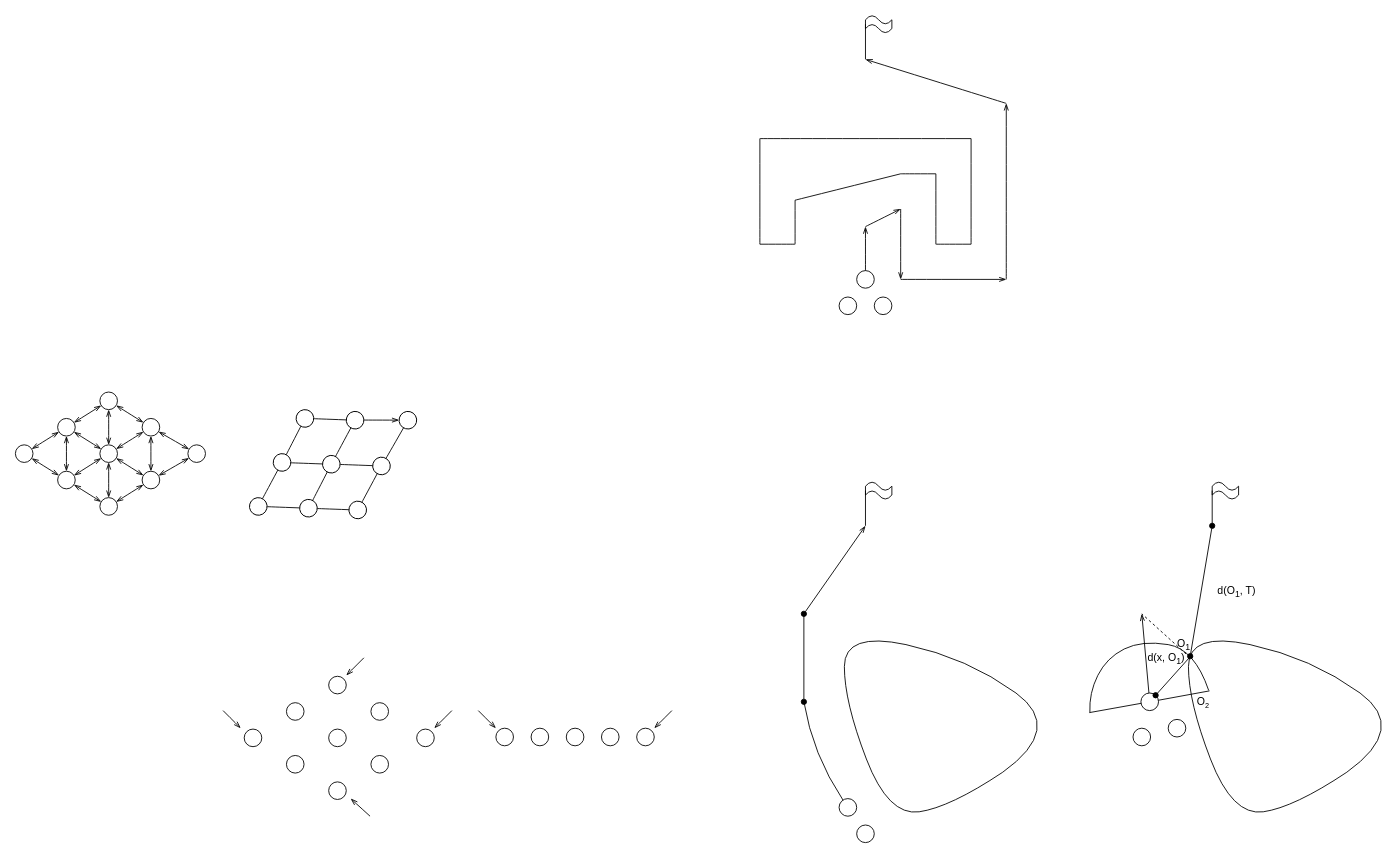
Above: images.drawio in siberfrost/swarm-control-system (draw.io), before the change. Source tidied: cells renumbered, new cells numbered last; positions are measured from the earlier drawing's top-left corner, leaving out a move shared by most shapes. Both pictures are drawn from the tidied source at 88%, with x=0, y=0 at pixel (15, 15).
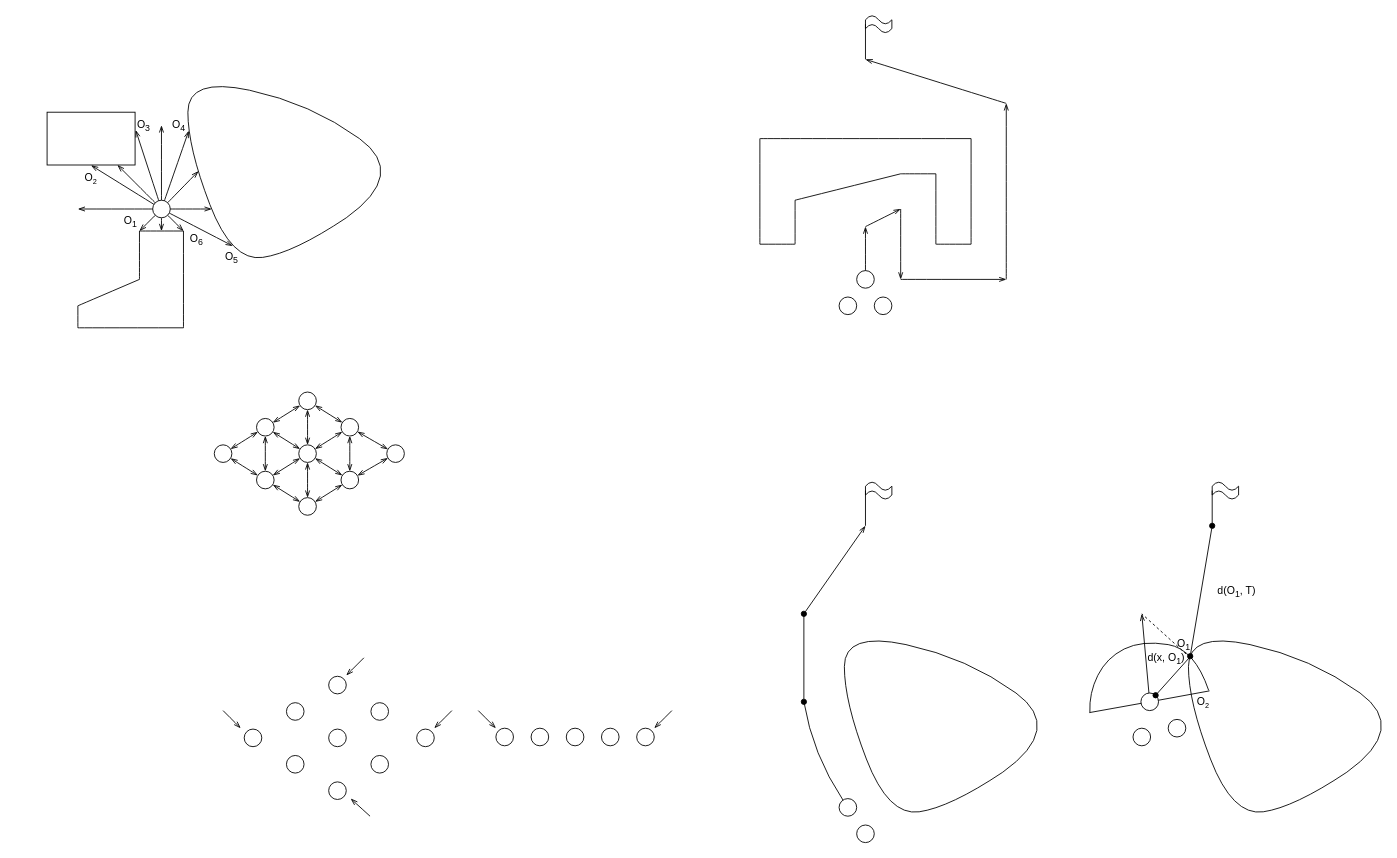
The same diagram, later.

Change to the diagram source:
```diff
@@
     <mxCell id="69" style="group;rotation=90;" parent="1" vertex="1">
-      <mxGeometry x="38" y="390" width="140" height="216.3" as="geometry" />
+      <mxGeometry x="264" y="390" width="140" height="216.3" as="geometry" />
     </mxCell>
@@
-    <mxCell id="95" style="ellipse;whiteSpace=wrap;html=1;rotation=60;" parent="1" vertex="1">
-      <mxGeometry x="349" y="500" width="20" height="20" as="geometry" />
-    </mxCell>
-    <mxCell id="96" style="ellipse;whiteSpace=wrap;html=1;rotation=60;" parent="1" vertex="1">
-      <mxGeometry x="379" y="552" width="20" height="20" as="geometry" />
-    </mxCell>
-    <mxCell id="97" style="ellipse;whiteSpace=wrap;html=1;rotation=60;" parent="1" vertex="1">
-      <mxGeometry x="406" y="502" width="20" height="20" as="geometry" />
-    </mxCell>
-    <mxCell id="98" style="ellipse;whiteSpace=wrap;html=1;rotation=60;" parent="1" vertex="1">
-      <mxGeometry x="293" y="498" width="20" height="20" as="geometry" />
-    </mxCell>
-    <mxCell id="99" style="ellipse;whiteSpace=wrap;html=1;rotation=60;" parent="1" vertex="1">
-      <mxGeometry x="319" y="448" width="20" height="20" as="geometry" />
-    </mxCell>
-    <mxCell id="100" style="ellipse;whiteSpace=wrap;html=1;rotation=60;" parent="1" vertex="1">
-      <mxGeometry x="376" y="450" width="20" height="20" as="geometry" />
-    </mxCell>
-    <mxCell id="101" style="ellipse;whiteSpace=wrap;html=1;rotation=60;" parent="1" vertex="1">
-      <mxGeometry x="436" y="450" width="20" height="20" as="geometry" />
-    </mxCell>
-    <mxCell id="102" style="ellipse;whiteSpace=wrap;html=1;rotation=60;" parent="1" vertex="1">
-      <mxGeometry x="323" y="550" width="20" height="20" as="geometry" />
-    </mxCell>
-    <mxCell id="103" style="ellipse;whiteSpace=wrap;html=1;rotation=60;" parent="1" vertex="1">
-      <mxGeometry x="266" y="548" width="20" height="20" as="geometry" />
-    </mxCell>
-    <mxCell id="104" style="endArrow=none;html=1;strokeWidth=1;curved=1;" parent="1" edge="1" source="97" target="101">
-      <mxGeometry relative="1" as="geometry" />
-    </mxCell>
-    <mxCell id="105" style="endArrow=openThin;html=1;strokeWidth=1;curved=1;endFill=0;" parent="1" edge="1" source="100" target="101">
-      <mxGeometry relative="1" as="geometry" />
-    </mxCell>
-    <mxCell id="106" style="endArrow=none;html=1;strokeWidth=1;curved=1;" parent="1" edge="1" source="96" target="97">
-      <mxGeometry relative="1" as="geometry" />
-    </mxCell>
-    <mxCell id="107" style="endArrow=none;html=1;strokeWidth=1;curved=1;" parent="1" edge="1" source="102" target="96">
-      <mxGeometry relative="1" as="geometry" />
-    </mxCell>
-    <mxCell id="108" style="endArrow=none;html=1;strokeWidth=1;curved=1;" parent="1" edge="1" source="95" target="100">
-      <mxGeometry relative="1" as="geometry" />
-    </mxCell>
-    <mxCell id="109" style="endArrow=none;html=1;strokeWidth=1;curved=1;" parent="1" edge="1" source="99" target="100">
-      <mxGeometry relative="1" as="geometry" />
-    </mxCell>
-    <mxCell id="110" style="endArrow=none;html=1;strokeWidth=1;curved=1;" parent="1" edge="1" source="102" target="95">
-      <mxGeometry relative="1" as="geometry" />
-    </mxCell>
-    <mxCell id="111" style="endArrow=none;html=1;strokeWidth=1;curved=1;" parent="1" edge="1" source="103" target="102">
-      <mxGeometry relative="1" as="geometry" />
-    </mxCell>
-    <mxCell id="112" style="endArrow=none;html=1;strokeWidth=1;curved=1;" parent="1" edge="1" source="98" target="99">
-      <mxGeometry relative="1" as="geometry" />
-    </mxCell>
-    <mxCell id="113" style="endArrow=none;html=1;strokeWidth=1;curved=1;" parent="1" edge="1" source="103" target="98">
-      <mxGeometry relative="1" as="geometry" />
-    </mxCell>
-    <mxCell id="114" style="endArrow=none;html=1;strokeWidth=1;curved=1;" parent="1" edge="1" source="98" target="95">
-      <mxGeometry relative="1" as="geometry" />
-    </mxCell>
-    <mxCell id="115" style="endArrow=none;html=1;strokeWidth=1;curved=1;" parent="1" edge="1" source="95" target="97">
-      <mxGeometry relative="1" as="geometry" />
-    </mxCell>
+    <mxCell id="116" style="ellipse;whiteSpace=wrap;html=1;" parent="1" vertex="1">
+      <mxGeometry x="156" y="210" width="20" height="20" as="geometry" />
+    </mxCell>
+    <mxCell id="117" style="rounded=0;whiteSpace=wrap;html=1;fillColor=#FFFFFF;gradientColor=none;gradientDirection=north;" parent="1" vertex="1">
+      <mxGeometry x="36" y="110" width="100" height="60" as="geometry" />
+    </mxCell>
+    <mxCell id="118" style="curved=1;endArrow=none;html=1;rounded=0;endFill=0;" parent="1" edge="1">
+      <mxGeometry relative="1" as="geometry">
+        <mxPoint x="376" y="230" as="sourcePoint" />
+        <mxPoint x="376" y="230" as="targetPoint" />
+        <Array as="points">
+          <mxPoint x="316" y="270" />
+          <mxPoint x="246" y="280" />
+          <mxPoint x="196" y="150" />
+          <mxPoint x="196" y="70" />
+          <mxPoint x="336" y="100" />
+          <mxPoint x="446" y="180" />
+        </Array>
+      </mxGeometry>
+    </mxCell>
+    <mxCell id="119" style="group;" parent="1" vertex="1">
+      <mxGeometry x="71" y="245" width="120" height="110" as="geometry" />
+    </mxCell>
+    <mxCell id="120" style="endArrow=none;html=1;strokeWidth=1;curved=1;" parent="119" edge="1">
+      <mxGeometry relative="1" as="geometry">
+        <mxPoint y="85" as="sourcePoint" />
+        <mxPoint x="70" y="55" as="targetPoint" />
+      </mxGeometry>
+    </mxCell>
+    <mxCell id="121" style="endArrow=none;html=1;strokeWidth=1;curved=1;" parent="119" edge="1">
+      <mxGeometry relative="1" as="geometry">
+        <mxPoint y="110" as="sourcePoint" />
+        <mxPoint x="120" y="110" as="targetPoint" />
+      </mxGeometry>
+    </mxCell>
+    <mxCell id="122" style="endArrow=none;html=1;strokeWidth=1;curved=1;" parent="119" edge="1">
+      <mxGeometry relative="1" as="geometry">
+        <mxPoint y="110" as="sourcePoint" />
+        <mxPoint y="85" as="targetPoint" />
+      </mxGeometry>
+    </mxCell>
+    <mxCell id="123" style="endArrow=none;html=1;strokeWidth=1;curved=1;" parent="119" edge="1">
+      <mxGeometry relative="1" as="geometry">
+        <mxPoint x="70" y="55" as="sourcePoint" />
+        <mxPoint x="70" as="targetPoint" />
+      </mxGeometry>
+    </mxCell>
+    <mxCell id="124" style="endArrow=none;html=1;strokeWidth=1;curved=1;" parent="119" edge="1">
+      <mxGeometry relative="1" as="geometry">
+        <mxPoint x="70" as="sourcePoint" />
+        <mxPoint x="120" as="targetPoint" />
+      </mxGeometry>
+    </mxCell>
+    <mxCell id="125" style="endArrow=none;html=1;strokeWidth=1;curved=1;" parent="119" edge="1">
+      <mxGeometry relative="1" as="geometry">
+        <mxPoint x="120" y="110" as="sourcePoint" />
+        <mxPoint x="120" as="targetPoint" />
+      </mxGeometry>
+    </mxCell>
+    <mxCell id="126" style="endArrow=openThin;html=1;strokeWidth=1;curved=1;entryX=0;entryY=0.5;entryDx=0;entryDy=0;endFill=0;" parent="1" edge="1" source="116">
+      <mxGeometry relative="1" as="geometry">
+        <mxPoint x="71" y="220" as="targetPoint" />
+      </mxGeometry>
+    </mxCell>
+    <mxCell id="127" style="endArrow=openThin;html=1;strokeWidth=1;curved=1;entryX=0.5;entryY=0;entryDx=0;entryDy=0;endFill=0;" parent="1" edge="1" source="116">
+      <mxGeometry relative="1" as="geometry">
+        <mxPoint x="166" y="125" as="targetPoint" />
+      </mxGeometry>
+    </mxCell>
+    <mxCell id="128" style="endArrow=openThin;html=1;strokeWidth=1;curved=1;endFill=0;" parent="1" edge="1" source="116">
+      <mxGeometry relative="1" as="geometry">
+        <mxPoint x="223" y="220" as="targetPoint" />
+      </mxGeometry>
+    </mxCell>
+    <mxCell id="129" style="endArrow=openThin;html=1;strokeWidth=1;curved=1;endFill=0;" parent="1" edge="1" source="116">
+      <mxGeometry relative="1" as="geometry">
+        <mxPoint x="166" y="245" as="targetPoint" />
+      </mxGeometry>
+    </mxCell>
+    <mxCell id="130" style="endArrow=openThin;html=1;strokeWidth=1;curved=1;endFill=0;" parent="1" edge="1" source="116">
+      <mxGeometry relative="1" as="geometry">
+        <mxPoint x="208" y="177" as="targetPoint" />
+      </mxGeometry>
+    </mxCell>
+    <mxCell id="131" style="endArrow=openThin;html=1;strokeWidth=1;curved=1;endFill=0;" parent="1" edge="1" source="116">
+      <mxGeometry relative="1" as="geometry">
+        <mxPoint x="141" y="245" as="targetPoint" />
+      </mxGeometry>
+    </mxCell>
+    <mxCell id="132" style="endArrow=openThin;html=1;strokeWidth=1;curved=1;endFill=0;" parent="1" edge="1" source="116">
+      <mxGeometry relative="1" as="geometry">
+        <mxPoint x="191" y="245" as="targetPoint" />
+      </mxGeometry>
+    </mxCell>
+    <mxCell id="133" style="endArrow=openThin;html=1;strokeWidth=1;curved=1;endFill=0;" parent="1" edge="1" source="116" target="117">
+      <mxGeometry relative="1" as="geometry" />
+    </mxCell>
+    <mxCell id="134" style="endArrow=openThin;html=1;strokeWidth=1;curved=1;entryX=0.079;entryY=0.239;entryDx=0;entryDy=0;entryPerimeter=0;endFill=0;" parent="1" edge="1" source="116">
+      <mxGeometry relative="1" as="geometry">
+        <mxPoint x="86" y="170.4" as="targetPoint" />
+      </mxGeometry>
+    </mxCell>
+    <mxCell id="135" style="endArrow=openThin;html=1;strokeWidth=1;curved=1;entryX=1.007;entryY=0.339;entryDx=0;entryDy=0;entryPerimeter=0;endFill=0;" parent="1" edge="1" source="116" target="117">
+      <mxGeometry relative="1" as="geometry" />
+    </mxCell>
+    <mxCell id="136" style="endArrow=openThin;html=1;strokeWidth=1;curved=1;entryX=0.663;entryY=0.032;entryDx=0;entryDy=0;entryPerimeter=0;endFill=0;" parent="1" edge="1" source="116">
+      <mxGeometry relative="1" as="geometry">
+        <mxPoint x="197" y="131.1" as="targetPoint" />
+      </mxGeometry>
+    </mxCell>
+    <mxCell id="137" style="endArrow=openThin;html=1;strokeWidth=1;curved=1;endFill=0;" parent="1" edge="1" source="116">
+      <mxGeometry relative="1" as="geometry">
+        <mxPoint x="247" y="262" as="targetPoint" />
+      </mxGeometry>
+    </mxCell>
+    <mxCell id="138" value="O&lt;sub&gt;1&lt;/sub&gt;" style="text;html=1;strokeColor=none;fillColor=none;align=center;verticalAlign=middle;whiteSpace=wrap;rounded=0;" parent="1" vertex="1">
+      <mxGeometry x="101" y="220" width="60" height="30" as="geometry" />
+    </mxCell>
+    <mxCell id="139" value="O&lt;span style=&quot;font-size: 10px&quot;&gt;&lt;sub&gt;2&lt;/sub&gt;&lt;/span&gt;" style="text;html=1;strokeColor=none;fillColor=none;align=center;verticalAlign=middle;whiteSpace=wrap;rounded=0;" parent="1" vertex="1">
+      <mxGeometry x="56" y="170" width="60" height="30" as="geometry" />
+    </mxCell>
+    <mxCell id="140" value="O&lt;sub&gt;3&lt;/sub&gt;" style="text;html=1;strokeColor=none;fillColor=none;align=center;verticalAlign=middle;whiteSpace=wrap;rounded=0;" parent="1" vertex="1">
+      <mxGeometry x="116" y="110" width="60" height="30" as="geometry" />
+    </mxCell>
+    <mxCell id="141" value="O&lt;sub&gt;6&lt;/sub&gt;" style="text;html=1;strokeColor=none;fillColor=none;align=center;verticalAlign=middle;whiteSpace=wrap;rounded=0;" parent="1" vertex="1">
+      <mxGeometry x="176" y="240" width="60" height="30" as="geometry" />
+    </mxCell>
+    <mxCell id="142" value="O&lt;sub&gt;5&lt;/sub&gt;" style="text;html=1;strokeColor=none;fillColor=none;align=center;verticalAlign=middle;whiteSpace=wrap;rounded=0;" parent="1" vertex="1">
+      <mxGeometry x="216" y="260" width="60" height="30" as="geometry" />
+    </mxCell>
+    <mxCell id="143" value="O&lt;sub&gt;4&lt;/sub&gt;" style="text;html=1;strokeColor=none;fillColor=none;align=center;verticalAlign=middle;whiteSpace=wrap;rounded=0;" parent="1" vertex="1">
+      <mxGeometry x="156" y="110" width="60" height="30" as="geometry" />
+    </mxCell>
```
